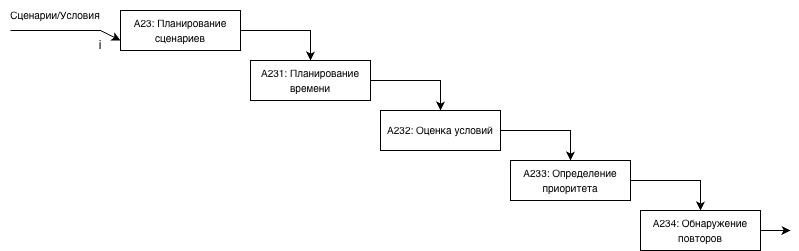
The draw.io diagram Диаграммы (3 Лабораторная работа)/Диаграмма второго уровня А23 (3 Лабораторная).png in motshexe/3103-PGUTISHKI, before a commit. Source tidied: cells renumbered, new cells last; positions are measured from the earlier drawing's top-left corner, leaving out a move shared by most shapes.
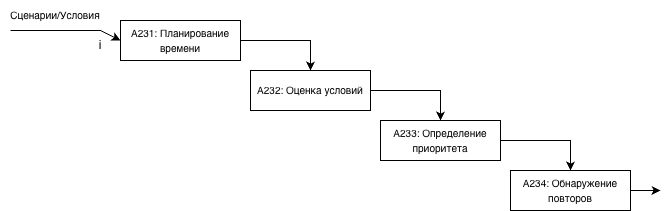
After the change.

Change to the diagram source:
```diff
@@ -2,26 +2,21 @@
   <root>
     <mxCell id="0" />
     <mxCell id="1" parent="0" />
-    <mxCell id="2" style="edgeStyle=orthogonalEdgeStyle;rounded=0;jettySize=auto;html=1;exitX=1;exitY=0.5;exitDx=0;exitDy=0;entryX=0.5;entryY=0;entryDx=0;entryDy=0;" parent="1" edge="1" source="3" target="8">
-      <mxGeometry relative="1" as="geometry" />
-    </mxCell>
-    <mxCell id="3" value="&lt;font style=&quot;font-size: 10px;&quot;&gt;A23:&amp;nbsp;&lt;/font&gt;&lt;span style=&quot;font-size: 10px;&quot;&gt;Планирование сценариев&lt;/span&gt;" style="rounded=0;whiteSpace=wrap;html=1;" parent="1" vertex="1">
-      <mxGeometry x="120" y="10" width="120" height="40" as="geometry" />
-    </mxCell>
     <mxCell id="4" value="&lt;font style=&quot;font-size: 10px;&quot;&gt;Сценарии/Условия&lt;/font&gt;" style="text;html=1;whiteSpace=wrap;strokeColor=none;fillColor=none;align=center;verticalAlign=middle;rounded=0;" parent="1" vertex="1">
-      <mxGeometry width="110" height="30" as="geometry" />
+      <mxGeometry x="130" y="40" width="110" height="30" as="geometry" />
     </mxCell>
-    <mxCell id="5" style="edgeStyle=none;jettySize=auto;html=1;rounded=0;entryX=0;entryY=0.75;entryDx=0;entryDy=0;" parent="1" edge="1" target="3">
+    <mxCell id="5" style="edgeStyle=none;orthogonalLoop=1;jettySize=auto;html=1;rounded=0;entryX=0;entryY=0.75;entryDx=0;entryDy=0;" parent="1" edge="1">
       <mxGeometry relative="1" as="geometry">
-        <mxPoint x="10" y="30" as="sourcePoint" />
+        <mxPoint x="140" y="70" as="sourcePoint" />
+        <mxPoint x="250" y="80" as="targetPoint" />
         <Array as="points">
-          <mxPoint x="50" y="30" />
-          <mxPoint x="100" y="30" />
+          <mxPoint x="180" y="70" />
+          <mxPoint x="230" y="70" />
         </Array>
       </mxGeometry>
     </mxCell>
     <mxCell id="6" value="i" style="text;html=1;whiteSpace=wrap;strokeColor=none;fillColor=none;align=center;verticalAlign=middle;rounded=0;" parent="1" vertex="1">
-      <mxGeometry x="70" y="30" width="60" height="30" as="geometry" />
+      <mxGeometry x="200" y="70" width="60" height="30" as="geometry" />
     </mxCell>
     <mxCell id="7" style="edgeStyle=orthogonalEdgeStyle;rounded=0;jettySize=auto;html=1;exitX=1;exitY=0.5;exitDx=0;exitDy=0;entryX=0.5;entryY=0;entryDx=0;entryDy=0;" parent="1" edge="1" source="8" target="10">
       <mxGeometry relative="1" as="geometry" />
```
